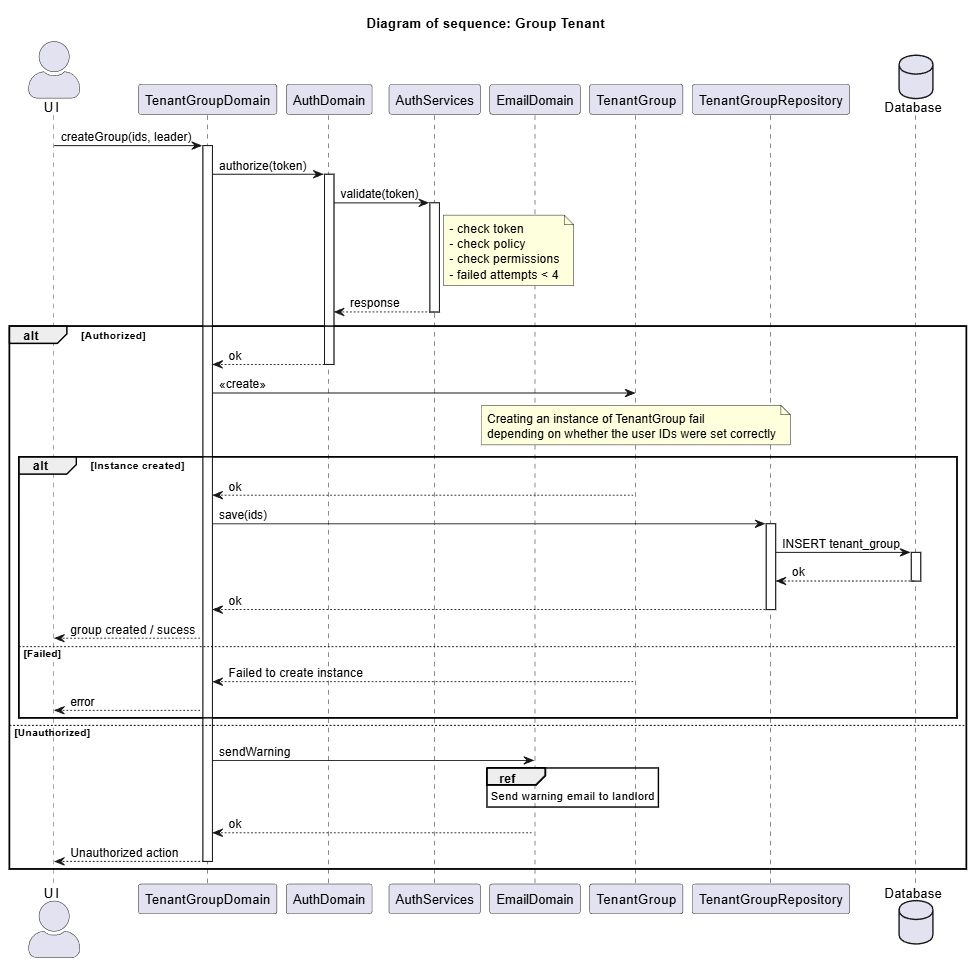
This is modeling/tenants/sequences/images/group.png from SprigganTwelve/immo-flow, a PlantUML export, as it was before one commit. Its source is kept beside it as modeling/tenants/sequences/group.puml.
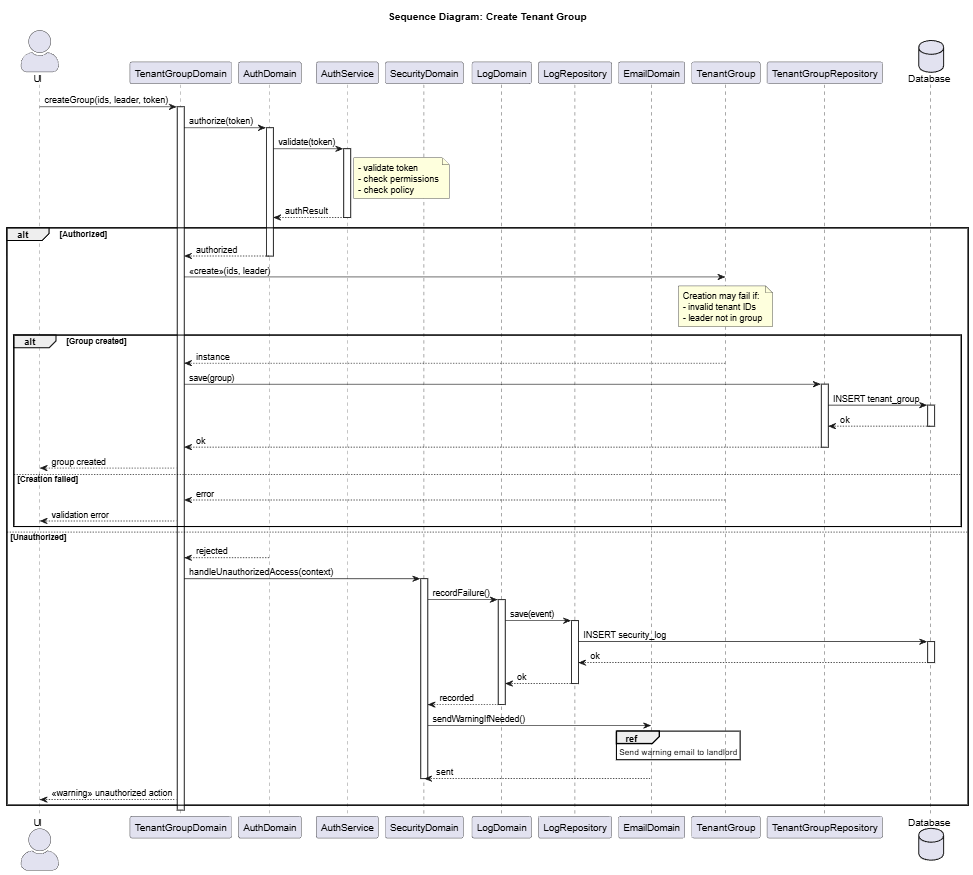
After the change.

What changed in the source:
```diff
@@ -1,84 +1,105 @@
 @startuml
-
-title "Diagram of sequence: Group Tenant "
+title "Sequence Diagram: Create Tenant Group"
 
 skinparam actorStyle awesome
-actor "U I" as UI
+actor UI
 
-participant "TenantGroupDomain" as Domain
+participant "TenantGroupDomain"   as Domain
+participant "AuthDomain"          as AuthDomain
+participant "AuthService"         as AuthService
+participant "SecurityDomain"      as SecurityDomain
+participant "LogDomain"           as LogDomain
+participant "LogRepository"       as LogRepo
+participant "EmailDomain"         as EmailDomain
+participant "TenantGroup"         as Group
+participant "TenantGroupRepository" as Repo
+database "Database"               as DB
 
-participant "AuthDomain" as  AuthDomain
-participant "AuthServices" as  Auth
-participant "EmailDomain"  as EmailDomain
-participant "TenantGroup"  as  Group
-participant "TenantGroupRepository" as Repo
-database "Database" as DB
-
-
-UI     -> Domain:  createGroup(ids, leader)
-activate  Domain
+UI -> Domain : createGroup(ids, leader, token)
+activate Domain
 
 Domain -> AuthDomain : authorize(token)
 activate AuthDomain
 
-AuthDomain -> Auth : validate(token)
+AuthDomain -> AuthService : validate(token)
+activate AuthService
 
-activate Auth
-note right of Auth
-  - check token
+note right of AuthService
+  - validate token
+  - check permissions
   - check policy
-  - check permissions
-  - failed attempts < 4
 end note
 
-Auth --> AuthDomain : response
-deactivate Auth
-
+AuthService --> AuthDomain : authResult
+deactivate AuthService
 
 alt Authorized
-    AuthDomain   -->  Domain : ok
+    AuthDomain --> Domain : authorized
     deactivate AuthDomain
 
-    Domain ->  Group  : <<create>>
+    Domain -> Group : <<create>>(ids, leader)
+
     note over Group
-        Creating an instance of TenantGroup fail
-        depending on whether the user IDs were set correctly
+        Creation may fail if:
+        - invalid tenant IDs
+        - leader not in group
     end note
 
-    alt Instance created
-        Group --> Domain  : ok
+    alt Group created
+        Group --> Domain : instance
 
-        Domain -> Repo : save(ids)
+        Domain -> Repo : save(group)
         activate Repo
 
-        Repo -> DB:  INSERT tenant_group
+        Repo -> DB : INSERT tenant_group
         activate DB
-        DB --> Repo: ok
+        DB --> Repo : ok
         deactivate DB
 
-        Repo --> Domain: ok
+        Repo --> Domain : ok
         deactivate Repo
-        Domain --> UI: group created / sucess
 
-        else  Failed
-            Group  --> Domain: Failed to create instance
-            Domain --> UI :  error
+        Domain --> UI : group created
+
+    else Creation failed
+        Group --> Domain : error
+        Domain --> UI : validation error
     end
 
+else Unauthorized
+    AuthDomain --> Domain : rejected
+    deactivate AuthDomain
 
-    else Unauthorized
+    Domain -> SecurityDomain : handleUnauthorizedAccess(context)
+    activate SecurityDomain
 
-        Domain -> EmailDomain : sendWarning
+    SecurityDomain -> LogDomain : recordFailure()
+    activate LogDomain
 
-        ref over EmailDomain
-            Send warning email  to landlord
-        end ref
+    LogDomain -> LogRepo : save(event)
+    activate LogRepo
 
-        EmailDomain --> Domain: ok
-        Domain --> UI : Unauthorized action
-        deactivate Domain
+    LogRepo -> DB : INSERT security_log
+    activate DB
+    DB --> LogRepo : ok
+    deactivate DB
+
+    LogRepo --> LogDomain : ok
+    deactivate LogRepo
+
+    LogDomain --> SecurityDomain : recorded
+    deactivate LogDomain
+
+    SecurityDomain -> EmailDomain : sendWarningIfNeeded()
+    ref over EmailDomain
+        Send warning email to landlord
+    end ref
+
+    EmailDomain --> SecurityDomain : sent
+    deactivate SecurityDomain
+
+    Domain --> UI : <<warning>> unauthorized action
 end
 
-
-
+deactivate Domain
 @enduml
```
